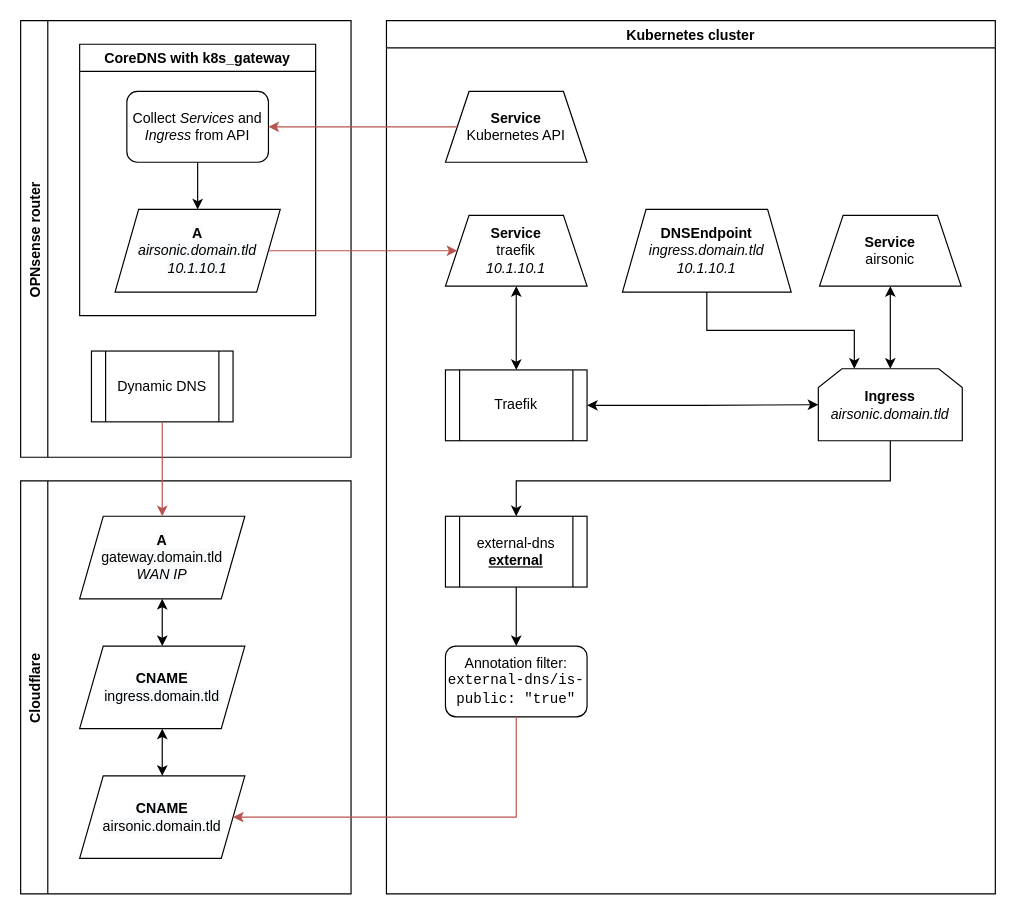
bjw-s-labs/home-ops keeps this draw.io diagram as docs/_assets/sources/DNS graph.drawio. Above is the earlier version. Source tidied: cells renumbered, new cells numbered last; positions are measured from the earlier drawing's top-left corner, leaving out a move shared by most shapes. Both pictures are drawn from the tidied source at 118%, with x=0, y=0 at pixel (20, 20).
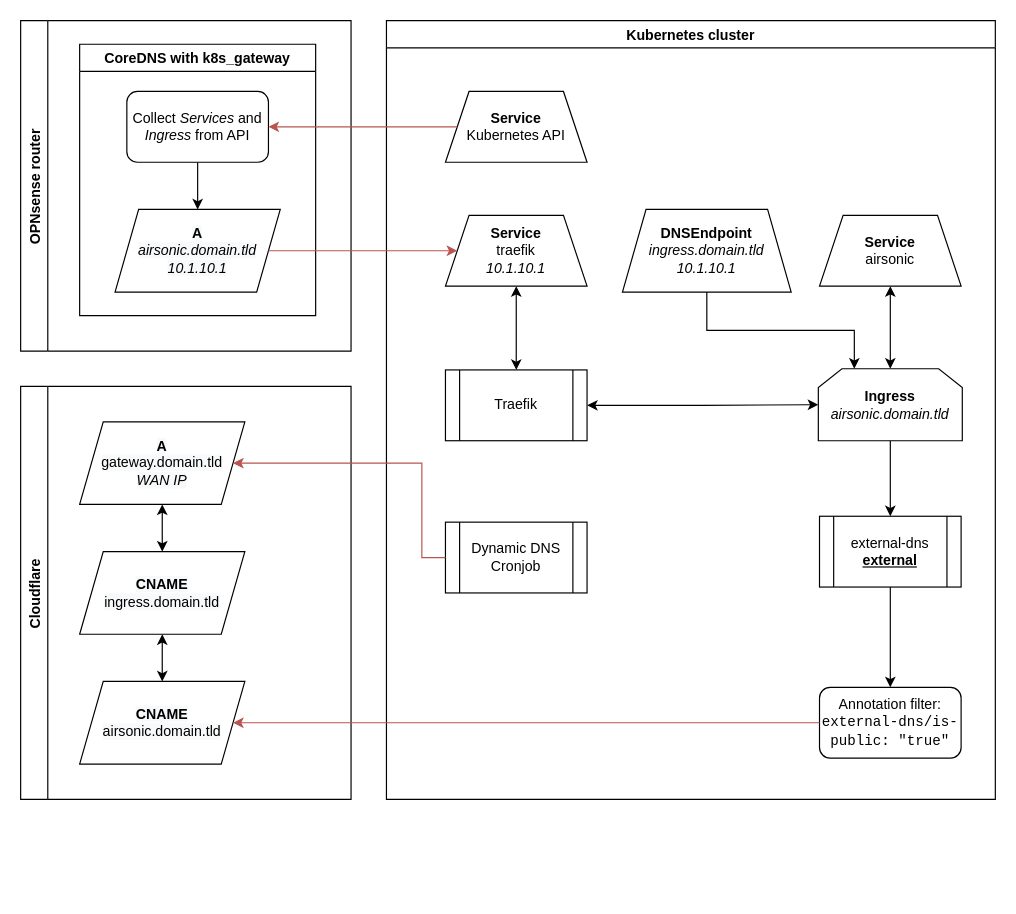
The same page after the edit.

Commit message (it also covers changes not shown here):
docs: Update dynamic dns

Unchanged cells that the change refers to:
```xml
<mxCell id="5" value="&lt;b&gt;Ingress&lt;/b&gt;&lt;br&gt;&lt;i&gt;airsonic.domain.tld&lt;/i&gt;" style="shape=loopLimit;whiteSpace=wrap;html=1;" parent="2" vertex="1">
  <mxGeometry x="366" y="295" width="122" height="61" as="geometry" />
</mxCell>
<mxCell id="18" value="&lt;span style=&quot;text-align: center ; text-indent: 0px ; background-color: rgb(248 , 249 , 250) ; display: inline ; float: none&quot;&gt;&lt;b style=&quot;color: rgb(0 , 0 , 0) ; font-family: &amp;#34;helvetica&amp;#34; ; font-size: 12px ; font-style: normal ; letter-spacing: normal ; text-transform: none ; word-spacing: 0px&quot;&gt;A&lt;/b&gt;&lt;br&gt;&lt;font face=&quot;helvetica&quot;&gt;gateway.domain.tld&lt;/font&gt;&lt;br&gt;&lt;font face=&quot;helvetica&quot;&gt;&lt;i&gt;WAN IP&lt;/i&gt;&lt;/font&gt;&lt;br&gt;&lt;/span&gt;" style="shape=parallelogram;perimeter=parallelogramPerimeter;whiteSpace=wrap;html=1;fixedSize=1;" parent="17" vertex="1">
  <mxGeometry x="50" y="30" width="140" height="70" as="geometry" />
</mxCell>
<mxCell id="20" value="&lt;span style=&quot;text-align: center ; text-indent: 0px ; background-color: rgb(248 , 249 , 250) ; display: inline ; float: none&quot;&gt;&lt;b style=&quot;color: rgb(0 , 0 , 0) ; font-family: &amp;#34;helvetica&amp;#34; ; font-size: 12px ; font-style: normal ; letter-spacing: normal ; text-transform: none ; word-spacing: 0px&quot;&gt;CNAME&lt;/b&gt;&lt;br&gt;&lt;font face=&quot;helvetica&quot;&gt;airsonic.domain.tld&lt;/font&gt;&lt;br&gt;&lt;/span&gt;" style="shape=parallelogram;perimeter=parallelogramPerimeter;whiteSpace=wrap;html=1;fixedSize=1;" parent="17" vertex="1">
  <mxGeometry x="50" y="250" width="140" height="70" as="geometry" />
</mxCell>
```

Change to the diagram source:
```diff
@@
     <mxCell id="2" value="Kubernetes cluster" style="swimlane;" parent="1" vertex="1">
-      <mxGeometry x="310" width="516" height="740" as="geometry" />
+      <mxGeometry x="310" width="516" height="660" as="geometry" />
     </mxCell>
@@
-    <mxCell id="4" style="edgeStyle=orthogonalEdgeStyle;rounded=0;jettySize=auto;html=1;entryX=0.5;entryY=0;entryDx=0;entryDy=0;startArrow=none;startFill=0;" parent="2" edge="1" source="5" target="10">
-      <mxGeometry relative="1" as="geometry">
-        <Array as="points">
-          <mxPoint x="427" y="390" />
-          <mxPoint x="110" y="390" />
-        </Array>
-      </mxGeometry>
+    <mxCell id="4" style="edgeStyle=orthogonalEdgeStyle;rounded=0;jettySize=auto;html=1;exitX=0.5;exitY=1;exitDx=0;exitDy=0;entryX=0.5;entryY=0;entryDx=0;entryDy=0;" parent="2" edge="1" source="5" target="10">
+      <mxGeometry relative="1" as="geometry" />
     </mxCell>
@@
     <mxCell id="10" value="external-dns&lt;br&gt;&lt;b&gt;&lt;u&gt;external&lt;/u&gt;&lt;/b&gt;" style="shape=process;whiteSpace=wrap;html=1;backgroundOutline=1;" parent="2" vertex="1">
-      <mxGeometry x="50" y="420" width="120" height="60" as="geometry" />
+      <mxGeometry x="367" y="420" width="120" height="60" as="geometry" />
     </mxCell>
@@
     <mxCell id="15" value="Annotation filter:&lt;br&gt;&lt;font face=&quot;Courier New&quot;&gt;external-dns/is-public: &quot;true&quot;&lt;/font&gt;" style="rounded=1;whiteSpace=wrap;html=1;" parent="2" vertex="1">
-      <mxGeometry x="50" y="530" width="120" height="60" as="geometry" />
+      <mxGeometry x="367" y="565" width="120" height="60" as="geometry" />
     </mxCell>
@@
+    <mxCell id="28" value="Dynamic DNS Cronjob" style="shape=process;whiteSpace=wrap;html=1;backgroundOutline=1;" parent="2" vertex="1">
+      <mxGeometry x="50" y="425" width="120" height="60" as="geometry" />
+    </mxCell>
     <mxCell id="17" value="Cloudflare" style="swimlane;horizontal=0;" parent="1" vertex="1">
-      <mxGeometry y="390" width="280" height="350" as="geometry" />
+      <mxGeometry y="310" width="280" height="350" as="geometry" />
     </mxCell>
@@
     <mxCell id="23" value="OPNsense router" style="swimlane;horizontal=0;" parent="1" vertex="1">
-      <mxGeometry width="280" height="370" as="geometry" />
+      <mxGeometry width="280" height="280" as="geometry" />
     </mxCell>
@@
-    <mxCell id="28" value="Dynamic DNS" style="shape=process;whiteSpace=wrap;html=1;backgroundOutline=1;" parent="23" vertex="1">
-      <mxGeometry x="60" y="280" width="120" height="60" as="geometry" />
-    </mxCell>
@@
-    <mxCell id="31" style="edgeStyle=orthogonalEdgeStyle;rounded=0;jumpStyle=arc;jettySize=auto;html=1;exitX=0.5;exitY=1;exitDx=0;exitDy=0;entryX=0.5;entryY=0;entryDx=0;entryDy=0;startArrow=none;startFill=0;fillColor=#f8cecc;strokeColor=#b85450;" parent="1" edge="1" source="28" target="18">
-      <mxGeometry relative="1" as="geometry" />
+    <mxCell id="31" style="edgeStyle=orthogonalEdgeStyle;rounded=0;jettySize=auto;html=1;exitX=0;exitY=0.5;exitDx=0;exitDy=0;entryX=1;entryY=0.5;entryDx=0;entryDy=0;fillColor=#f8cecc;strokeColor=#b85450;" parent="1" edge="1" source="28" target="18">
+      <mxGeometry relative="1" as="geometry">
+        <Array as="points">
+          <mxPoint x="340" y="455" />
+          <mxPoint x="340" y="375" />
+        </Array>
+      </mxGeometry>
     </mxCell>
-    <mxCell id="32" style="edgeStyle=orthogonalEdgeStyle;rounded=0;jumpStyle=arc;jettySize=auto;html=1;exitX=0.5;exitY=1;exitDx=0;exitDy=0;entryX=1;entryY=0.5;entryDx=0;entryDy=0;startArrow=none;startFill=0;fillColor=#f8cecc;strokeColor=#b85450;" parent="1" edge="1" source="15" target="20">
-      <mxGeometry relative="1" as="geometry">
-        <Array as="points">
-          <mxPoint x="420" y="675" />
-        </Array>
-      </mxGeometry>
+    <mxCell id="32" style="edgeStyle=orthogonalEdgeStyle;rounded=0;jettySize=auto;html=1;exitX=0;exitY=0.5;exitDx=0;exitDy=0;entryX=1;entryY=0.5;entryDx=0;entryDy=0;fillColor=#f8cecc;strokeColor=#b85450;" parent="1" edge="1" source="15" target="20">
+      <mxGeometry relative="1" as="geometry" />
     </mxCell>
```
